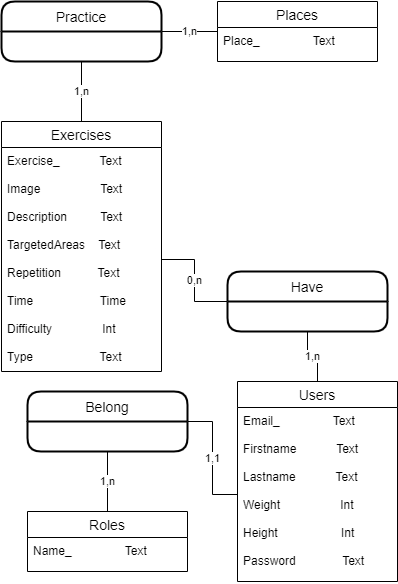
Before: Doc/MCD-MLD/MCD.png, a diagram exported from draw.io (dmitrimeili/KeepItFit). Source tidied: cells renumbered, new cells last; positions are measured from the earlier drawing's top-left corner, leaving out a move shared by most shapes.
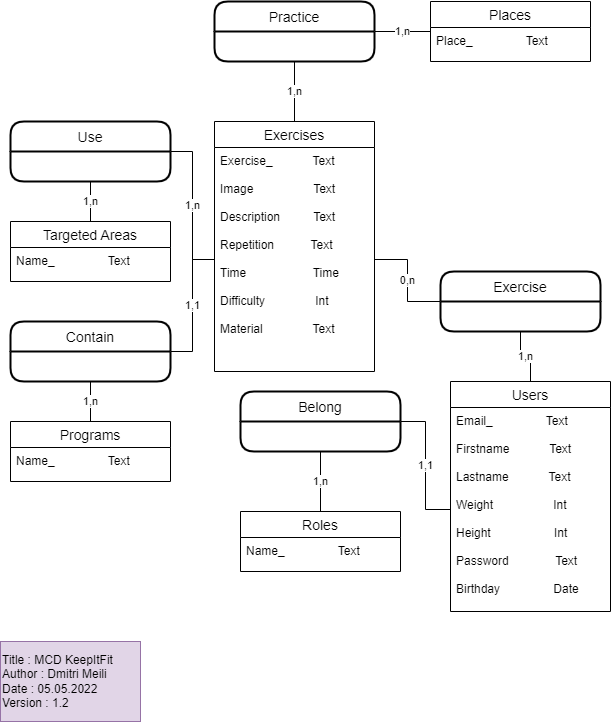
The same diagram one commit later.

Change to the diagram source:
```diff
@@ -6,10 +6,10 @@
       <mxGeometry relative="1" as="geometry" />
     </mxCell>
     <mxCell id="3" value="Users" style="swimlane;fontStyle=0;horizontal=1;startSize=26;align=center;fontSize=14;" parent="1" vertex="1">
-      <mxGeometry x="236" y="380" width="160" height="200" as="geometry" />
+      <mxGeometry x="236" y="380" width="160" height="230" as="geometry" />
     </mxCell>
-    <mxCell id="4" value="Email_                Text&#10;&#10;Firstname            Text&#10;&#10;Lastname            Text&#10;&#10;Weight                  Int&#10;&#10;Height                   Int&#10;&#10;Password              Text&#10;" style="text;strokeColor=none;fillColor=none;spacingLeft=4;spacingRight=4;overflow=hidden;points=[[0,0.5],[1,0.5]];portConstraint=eastwest;fontSize=12;" parent="3" vertex="1">
-      <mxGeometry y="26" width="160" height="174" as="geometry" />
+    <mxCell id="4" value="Email_                Text&#10;&#10;Firstname            Text&#10;&#10;Lastname            Text&#10;&#10;Weight                  Int&#10;&#10;Height                   Int&#10;&#10;Password              Text&#10;&#10;Birthday                Date" style="text;strokeColor=none;fillColor=none;spacingLeft=4;spacingRight=4;overflow=hidden;points=[[0,0.5],[1,0.5]];portConstraint=eastwest;fontSize=12;" parent="3" vertex="1">
+      <mxGeometry y="26" width="160" height="204" as="geometry" />
     </mxCell>
     <mxCell id="5" value="1,1" style="edgeStyle=orthogonalEdgeStyle;rounded=0;jettySize=auto;html=1;exitX=1;exitY=0.5;exitDx=0;exitDy=0;endArrow=none;endFill=0;" parent="1" edge="1" source="7" target="4">
       <mxGeometry relative="1" as="geometry" />
@@ -38,13 +38,13 @@
     <mxCell id="13" value="Exercises" style="swimlane;fontStyle=0;horizontal=1;startSize=26;align=center;fontSize=14;" parent="1" vertex="1">
       <mxGeometry y="120" width="160" height="250" as="geometry" />
     </mxCell>
-    <mxCell id="14" value="Exercise_            Text&#10;&#10;Image                  Text&#10;&#10;Description          Text&#10;&#10;TargetedAreas    Text&#10;&#10;Repetition           Text&#10;&#10;Time                    Time&#10;&#10;Difficulty               Int&#10;&#10;Type                    Text" style="text;strokeColor=none;fillColor=none;spacingLeft=4;spacingRight=4;overflow=hidden;points=[[0,0.5],[1,0.5]];portConstraint=eastwest;fontSize=12;" parent="13" vertex="1">
+    <mxCell id="14" value="Exercise_            Text&#10;&#10;Image                  Text&#10;&#10;Description          Text&#10;&#10;Repetition           Text&#10;&#10;Time                    Time&#10;&#10;Difficulty               Int&#10;&#10;Material               Text&#10;&#10;" style="text;strokeColor=none;fillColor=none;spacingLeft=4;spacingRight=4;overflow=hidden;points=[[0,0.5],[1,0.5]];portConstraint=eastwest;fontSize=12;" parent="13" vertex="1">
       <mxGeometry y="26" width="160" height="224" as="geometry" />
     </mxCell>
     <mxCell id="15" value="0,n" style="edgeStyle=orthogonalEdgeStyle;rounded=0;jettySize=auto;html=1;exitX=0;exitY=0.5;exitDx=0;exitDy=0;endArrow=none;endFill=0;" parent="1" edge="1" source="16" target="14">
       <mxGeometry relative="1" as="geometry" />
     </mxCell>
-    <mxCell id="16" value="Have" style="swimlane;horizontal=1;startSize=30;rounded=1;fontSize=14;fontStyle=0;strokeWidth=2;shadow=0;dashed=0;align=center;" parent="1" vertex="1">
+    <mxCell id="16" value="Exercise" style="swimlane;horizontal=1;startSize=30;rounded=1;fontSize=14;fontStyle=0;strokeWidth=2;shadow=0;dashed=0;align=center;" parent="1" vertex="1">
       <mxGeometry x="226" y="270" width="160" height="60" as="geometry" />
     </mxCell>
     <mxCell id="17" value="1,n" style="edgeStyle=orthogonalEdgeStyle;rounded=0;jettySize=auto;html=1;exitX=1;exitY=0.5;exitDx=0;exitDy=0;entryX=0;entryY=0.5;entryDx=0;entryDy=0;endArrow=none;endFill=0;" parent="1" edge="1" source="18" target="10">
@@ -53,5 +53,38 @@
     <mxCell id="18" value="Practice" style="swimlane;horizontal=1;startSize=30;rounded=1;fontSize=14;fontStyle=0;strokeWidth=2;shadow=0;dashed=0;align=center;" parent="1" vertex="1">
       <mxGeometry width="160" height="60" as="geometry" />
     </mxCell>
+    <mxCell id="19" value="1,n" style="edgeStyle=orthogonalEdgeStyle;rounded=0;jettySize=auto;html=1;exitX=1;exitY=0.5;exitDx=0;exitDy=0;endArrow=none;endFill=0;" parent="1" edge="1" source="21" target="14">
+      <mxGeometry relative="1" as="geometry" />
+    </mxCell>
+    <mxCell id="20" value="1,n" style="edgeStyle=orthogonalEdgeStyle;rounded=0;jettySize=auto;html=1;exitX=0.5;exitY=1;exitDx=0;exitDy=0;entryX=0.5;entryY=0;entryDx=0;entryDy=0;endArrow=none;endFill=0;" parent="1" edge="1" source="21" target="22">
+      <mxGeometry relative="1" as="geometry" />
+    </mxCell>
+    <mxCell id="21" value="Use" style="swimlane;horizontal=1;startSize=30;rounded=1;fontSize=14;fontStyle=0;strokeWidth=2;shadow=0;dashed=0;align=center;" parent="1" vertex="1">
+      <mxGeometry x="-204" y="120" width="160" height="60" as="geometry" />
+    </mxCell>
+    <mxCell id="22" value="Targeted Areas" style="swimlane;fontStyle=0;horizontal=1;startSize=26;align=center;fontSize=14;" parent="1" vertex="1">
+      <mxGeometry x="-204" y="220" width="160" height="60" as="geometry" />
+    </mxCell>
+    <mxCell id="23" value="Name_                Text" style="text;strokeColor=none;fillColor=none;spacingLeft=4;spacingRight=4;overflow=hidden;fontSize=12;" parent="22" vertex="1">
+      <mxGeometry y="26" width="160" height="34" as="geometry" />
+    </mxCell>
+    <mxCell id="24" value="1,1" style="edgeStyle=orthogonalEdgeStyle;rounded=0;jettySize=auto;html=1;exitX=1;exitY=0.5;exitDx=0;exitDy=0;endArrow=none;endFill=0;" parent="1" edge="1" source="25" target="14">
+      <mxGeometry relative="1" as="geometry" />
+    </mxCell>
+    <mxCell id="25" value="Contain" style="swimlane;horizontal=1;startSize=30;rounded=1;fontSize=14;fontStyle=0;strokeWidth=2;shadow=0;dashed=0;align=center;" parent="1" vertex="1">
+      <mxGeometry x="-204" y="320" width="160" height="60" as="geometry" />
+    </mxCell>
+    <mxCell id="26" value="1,n" style="edgeStyle=orthogonalEdgeStyle;rounded=0;jettySize=auto;html=1;exitX=0.5;exitY=0;exitDx=0;exitDy=0;entryX=0.5;entryY=1;entryDx=0;entryDy=0;endArrow=none;endFill=0;" parent="1" edge="1" source="27" target="25">
+      <mxGeometry relative="1" as="geometry" />
+    </mxCell>
+    <mxCell id="27" value="Programs" style="swimlane;fontStyle=0;horizontal=1;startSize=26;align=center;fontSize=14;" parent="1" vertex="1">
+      <mxGeometry x="-204" y="420" width="160" height="60" as="geometry" />
+    </mxCell>
+    <mxCell id="28" value="Name_                Text" style="text;strokeColor=none;fillColor=none;spacingLeft=4;spacingRight=4;overflow=hidden;fontSize=12;" parent="27" vertex="1">
+      <mxGeometry y="26" width="160" height="34" as="geometry" />
+    </mxCell>
+    <mxCell id="29" value="Title : MCD KeepItFit&lt;br&gt;Author : Dmitri Meili&lt;br&gt;Date : 05.05.2022&lt;br&gt;Version : 1.2" style="rounded=0;whiteSpace=wrap;html=1;fillColor=#e1d5e7;strokeColor=#9673a6;align=left;" parent="1" vertex="1">
+      <mxGeometry x="-214" y="640" width="140" height="80" as="geometry" />
+    </mxCell>
   </root>
 </mxGraphModel>
```
